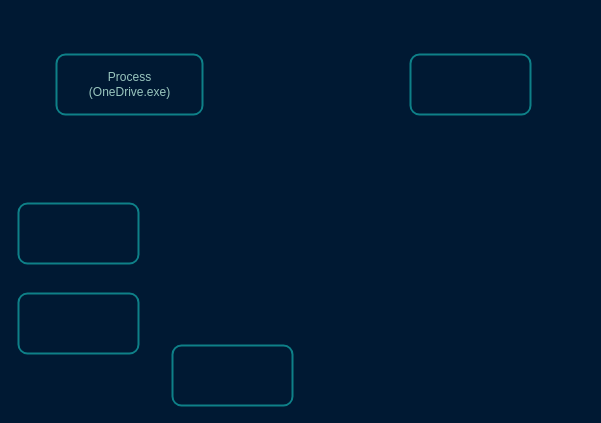
Before: dll_proxying.drawio in raghavmishra/diagrams, a draw.io diagram. Source tidied: cells renumbered, new cells numbered last; positions are measured from the earlier drawing's top-left corner, leaving out a move shared by most shapes. Both pictures are drawn from the tidied source at 100%, with x=0, y=0 at pixel (18, 54).
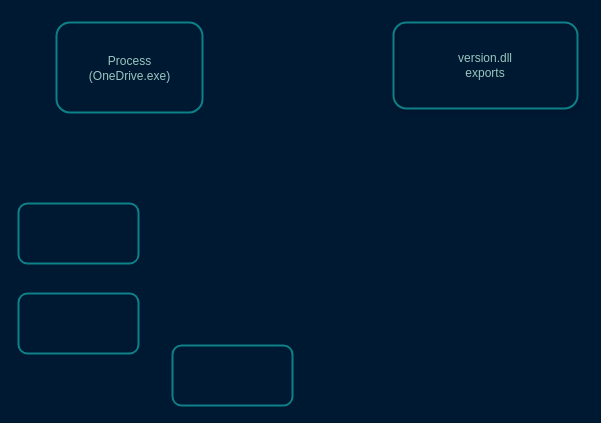
The same diagram, later.

Diff of the diagram source:
```diff
@@
 <mxGraphModel background="#001933">
   <root>
     <mxCell id="0" />
     <mxCell id="1" parent="0" />
     <mxCell id="2" style="rounded=1;whiteSpace=wrap;html=1;fillColor=none;strokeColor=#0e8088;strokeWidth=2;" parent="1" vertex="1">
-      <mxGeometry x="38" width="146" height="60" as="geometry" />
+      <mxGeometry x="38" y="-32" width="146" height="90" as="geometry" />
     </mxCell>
     <mxCell id="3" style="rounded=1;whiteSpace=wrap;html=1;fillColor=none;strokeColor=#0e8088;strokeWidth=2;" parent="1" vertex="1">
       <mxGeometry y="149" width="120" height="60" as="geometry" />
     </mxCell>
     <mxCell id="4" style="rounded=1;whiteSpace=wrap;html=1;fillColor=none;strokeColor=#0e8088;strokeWidth=2;" parent="1" vertex="1">
       <mxGeometry x="154" y="291" width="120" height="60" as="geometry" />
     </mxCell>
     <mxCell id="5" style="rounded=1;whiteSpace=wrap;html=1;fillColor=none;strokeColor=#0e8088;strokeWidth=2;" parent="1" vertex="1">
       <mxGeometry y="239" width="120" height="60" as="geometry" />
     </mxCell>
-    <mxCell id="6" style="rounded=1;whiteSpace=wrap;html=1;fillColor=none;strokeColor=#0e8088;strokeWidth=2;" parent="1" vertex="1">
-      <mxGeometry x="392" width="120" height="60" as="geometry" />
+    <mxCell id="6" value="&lt;font color=&quot;#9ac7bf&quot;&gt;version.dll&lt;/font&gt;&lt;div&gt;&lt;font color=&quot;#9ac7bf&quot;&gt;exports&lt;/font&gt;&lt;/div&gt;" style="rounded=1;whiteSpace=wrap;html=1;fillColor=none;strokeColor=#0e8088;strokeWidth=2;glass=1;shadow=1;" parent="1" vertex="1">
+      <mxGeometry x="375" y="-32" width="184" height="86" as="geometry" />
     </mxCell>
     <mxCell id="7" value="&lt;font color=&quot;#9ac7bf&quot;&gt;Process&lt;br&gt;(OneDrive.exe)&lt;/font&gt;" style="text;html=1;align=center;verticalAlign=middle;whiteSpace=wrap;rounded=0;" parent="1" vertex="1">
-      <mxGeometry x="51" y="15" width="121" height="30" as="geometry" />
+      <mxGeometry x="50.5" y="-1" width="121" height="30" as="geometry" />
     </mxCell>
   </root>
 </mxGraphModel>
```
